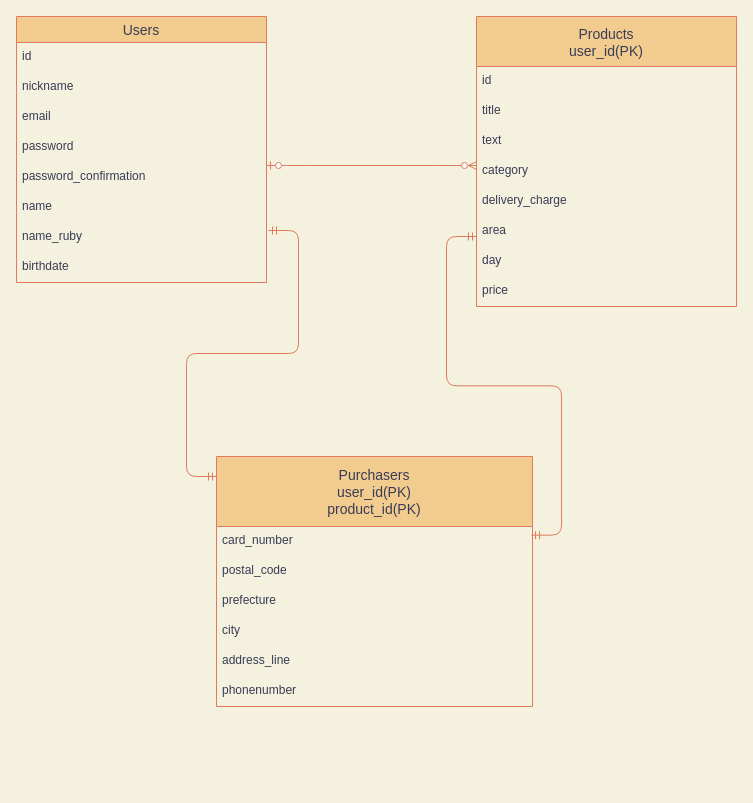
This is database_ER.dio from risaiwata/furima-35399, a draw.io file, before an edit. Source tidied: cells renumbered, new cells numbered last; positions are measured from the earlier drawing's top-left corner, leaving out a move shared by most shapes. Both pictures are drawn from the tidied source at 100%, with x=0, y=0 at pixel (16, 16).
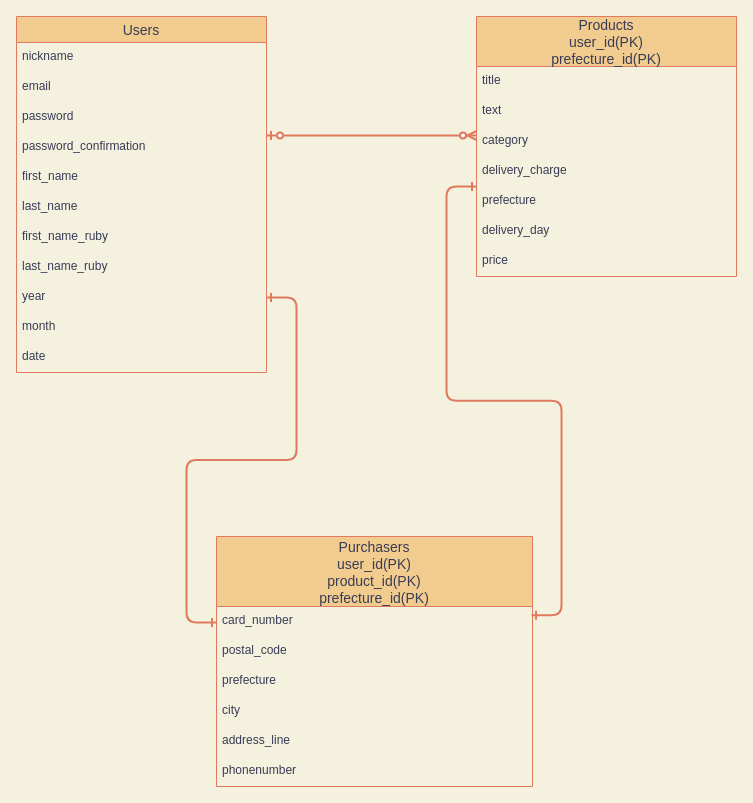
The same diagram, later.

Commit message (it also covers changes not shown here):
データベース設計更新

The change refers to these unchanged cells:
```xml
<mxCell id="21" value="card_number" style="text;strokeColor=none;fillColor=none;spacingLeft=4;spacingRight=4;overflow=hidden;points=[[0,0.5],[1,0.5]];portConstraint=eastwest;fontSize=12;fontColor=#393C56;" parent="20" vertex="1">
  <mxGeometry y="70" width="316" height="30" as="geometry" />
</mxCell>
```

The edit, as a diff of the source:
```diff
@@
     <mxCell id="2" value="Users" style="swimlane;fontStyle=0;horizontal=1;startSize=26;align=center;fontSize=14;rounded=0;sketch=0;strokeColor=#E07A5F;fillColor=#F2CC8F;fontColor=#393C56;" parent="1" vertex="1">
-      <mxGeometry width="250" height="266" as="geometry" />
+      <mxGeometry width="250" height="356" as="geometry" />
     </mxCell>
-    <mxCell id="3" value="id" style="text;strokeColor=none;fillColor=none;spacingLeft=4;spacingRight=4;overflow=hidden;fontSize=12;rounded=0;sketch=0;fontColor=#393C56;" parent="2" vertex="1">
-      <mxGeometry y="26" width="250" height="30" as="geometry" />
-    </mxCell>
     <mxCell id="4" value="nickname" style="text;strokeColor=none;fillColor=none;spacingLeft=4;spacingRight=4;overflow=hidden;fontSize=12;fontColor=#393C56;" parent="2" vertex="1">
-      <mxGeometry y="56" width="250" height="30" as="geometry" />
+      <mxGeometry y="26" width="250" height="30" as="geometry" />
     </mxCell>
     <mxCell id="5" value="email" style="text;strokeColor=none;fillColor=none;spacingLeft=4;spacingRight=4;overflow=hidden;fontSize=12;fontColor=#393C56;" parent="2" vertex="1">
-      <mxGeometry y="86" width="250" height="30" as="geometry" />
+      <mxGeometry y="56" width="250" height="30" as="geometry" />
     </mxCell>
     <mxCell id="6" value="password" style="text;strokeColor=none;fillColor=none;spacingLeft=4;spacingRight=4;overflow=hidden;fontSize=12;fontColor=#393C56;" parent="2" vertex="1">
-      <mxGeometry y="116" width="250" height="30" as="geometry" />
+      <mxGeometry y="86" width="250" height="30" as="geometry" />
     </mxCell>
     <mxCell id="7" value="password_confirmation" style="text;strokeColor=none;fillColor=none;spacingLeft=4;spacingRight=4;overflow=hidden;points=[[0,0.5],[1,0.5]];portConstraint=eastwest;fontSize=12;rounded=0;sketch=0;fontColor=#393C56;" parent="2" vertex="1">
-      <mxGeometry y="146" width="250" height="30" as="geometry" />
+      <mxGeometry y="116" width="250" height="30" as="geometry" />
     </mxCell>
+    <mxCell id="30" value="first_name" style="text;strokeColor=none;fillColor=none;spacingLeft=4;spacingRight=4;overflow=hidden;fontSize=12;rounded=0;sketch=0;fontColor=#393C56;" parent="2" vertex="1">
+      <mxGeometry y="146" width="250" height="30" as="geometry" />
+    </mxCell>
-    <mxCell id="8" value="name" style="text;strokeColor=none;fillColor=none;spacingLeft=4;spacingRight=4;overflow=hidden;fontSize=12;rounded=0;sketch=0;fontColor=#393C56;" parent="2" vertex="1">
+    <mxCell id="8" value="last_name" style="text;strokeColor=none;fillColor=none;spacingLeft=4;spacingRight=4;overflow=hidden;fontSize=12;rounded=0;sketch=0;fontColor=#393C56;" parent="2" vertex="1">
       <mxGeometry y="176" width="250" height="30" as="geometry" />
     </mxCell>
-    <mxCell id="9" value="name_ruby" style="text;strokeColor=none;fillColor=none;spacingLeft=4;spacingRight=4;overflow=hidden;fontSize=12;rounded=0;sketch=0;fontColor=#393C56;" parent="2" vertex="1">
+    <mxCell id="9" value="first_name_ruby" style="text;strokeColor=none;fillColor=none;spacingLeft=4;spacingRight=4;overflow=hidden;fontSize=12;rounded=0;sketch=0;fontColor=#393C56;" parent="2" vertex="1">
       <mxGeometry y="206" width="250" height="30" as="geometry" />
     </mxCell>
+    <mxCell id="31" value="last_name_ruby" style="text;strokeColor=none;fillColor=none;spacingLeft=4;spacingRight=4;overflow=hidden;fontSize=12;rounded=0;sketch=0;fontColor=#393C56;" parent="2" vertex="1">
+      <mxGeometry y="236" width="250" height="30" as="geometry" />
+    </mxCell>
-    <mxCell id="10" value="birthdate" style="text;strokeColor=none;fillColor=none;spacingLeft=4;spacingRight=4;overflow=hidden;points=[[0,0.5],[1,0.5]];portConstraint=eastwest;fontSize=12;rounded=0;sketch=0;fontColor=#393C56;" parent="2" vertex="1">
-      <mxGeometry y="236" width="250" height="30" as="geometry" />
+    <mxCell id="10" value="year" style="text;strokeColor=none;fillColor=none;spacingLeft=4;spacingRight=4;overflow=hidden;points=[[0,0.5],[1,0.5]];portConstraint=eastwest;fontSize=12;rounded=0;sketch=0;fontColor=#393C56;" parent="2" vertex="1">
+      <mxGeometry y="266" width="250" height="30" as="geometry" />
     </mxCell>
+    <mxCell id="32" value="month" style="text;strokeColor=none;fillColor=none;spacingLeft=4;spacingRight=4;overflow=hidden;fontSize=12;rounded=0;sketch=0;fontColor=#393C56;" parent="2" vertex="1">
+      <mxGeometry y="296" width="250" height="30" as="geometry" />
+    </mxCell>
+    <mxCell id="33" value="date" style="text;strokeColor=none;fillColor=none;spacingLeft=4;spacingRight=4;overflow=hidden;fontSize=12;rounded=0;sketch=0;fontColor=#393C56;" parent="2" vertex="1">
+      <mxGeometry y="326" width="250" height="30" as="geometry" />
+    </mxCell>
-    <mxCell id="11" value="Products&#10;user_id(PK)" style="swimlane;fontStyle=0;horizontal=1;startSize=50;align=center;fontSize=14;rounded=0;sketch=0;strokeColor=#E07A5F;fillColor=#F2CC8F;fontColor=#393C56;" parent="1" vertex="1">
-      <mxGeometry x="460" width="260" height="290" as="geometry" />
+    <mxCell id="11" value="Products&#10;user_id(PK)&#10;prefecture_id(PK)" style="swimlane;fontStyle=0;horizontal=1;startSize=50;align=center;fontSize=14;rounded=0;sketch=0;strokeColor=#E07A5F;fillColor=#F2CC8F;fontColor=#393C56;" parent="1" vertex="1">
+      <mxGeometry x="460" width="260" height="260" as="geometry" />
     </mxCell>
-    <mxCell id="12" value="id" style="text;strokeColor=none;fillColor=none;spacingLeft=4;spacingRight=4;overflow=hidden;fontSize=12;fontColor=#393C56;" parent="11" vertex="1">
-      <mxGeometry y="50" width="260" height="30" as="geometry" />
-    </mxCell>
     <mxCell id="13" value="title" style="text;strokeColor=none;fillColor=none;spacingLeft=4;spacingRight=4;overflow=hidden;fontSize=12;fontColor=#393C56;" parent="11" vertex="1">
-      <mxGeometry y="80" width="260" height="30" as="geometry" />
+      <mxGeometry y="50" width="260" height="30" as="geometry" />
     </mxCell>
     <mxCell id="14" value="text" style="text;strokeColor=none;fillColor=none;spacingLeft=4;spacingRight=4;overflow=hidden;fontSize=12;fontColor=#393C56;" parent="11" vertex="1">
-      <mxGeometry y="110" width="260" height="30" as="geometry" />
+      <mxGeometry y="80" width="260" height="30" as="geometry" />
     </mxCell>
     <mxCell id="15" value="category" style="text;strokeColor=none;fillColor=none;spacingLeft=4;spacingRight=4;overflow=hidden;points=[[0,0.5],[1,0.5]];portConstraint=eastwest;fontSize=12;rounded=0;sketch=0;fontColor=#393C56;" parent="11" vertex="1">
-      <mxGeometry y="140" width="260" height="30" as="geometry" />
+      <mxGeometry y="110" width="260" height="30" as="geometry" />
     </mxCell>
     <mxCell id="16" value="delivery_charge" style="text;strokeColor=none;fillColor=none;spacingLeft=4;spacingRight=4;overflow=hidden;fontSize=12;rounded=0;sketch=0;fontColor=#393C56;" parent="11" vertex="1">
-      <mxGeometry y="170" width="260" height="30" as="geometry" />
+      <mxGeometry y="140" width="260" height="30" as="geometry" />
     </mxCell>
-    <mxCell id="17" value="area" style="text;strokeColor=none;fillColor=none;spacingLeft=4;spacingRight=4;overflow=hidden;fontSize=12;rounded=0;sketch=0;fontColor=#393C56;" parent="11" vertex="1">
-      <mxGeometry y="200" width="260" height="30" as="geometry" />
+    <mxCell id="17" value="prefecture" style="text;strokeColor=none;fillColor=none;spacingLeft=4;spacingRight=4;overflow=hidden;fontSize=12;rounded=0;sketch=0;fontColor=#393C56;" parent="11" vertex="1">
+      <mxGeometry y="170" width="260" height="30" as="geometry" />
     </mxCell>
-    <mxCell id="18" value="day" style="text;strokeColor=none;fillColor=none;spacingLeft=4;spacingRight=4;overflow=hidden;fontSize=12;rounded=0;sketch=0;fontColor=#393C56;" parent="11" vertex="1">
-      <mxGeometry y="230" width="260" height="30" as="geometry" />
+    <mxCell id="18" value="delivery_day" style="text;strokeColor=none;fillColor=none;spacingLeft=4;spacingRight=4;overflow=hidden;fontSize=12;rounded=0;sketch=0;fontColor=#393C56;" parent="11" vertex="1">
+      <mxGeometry y="200" width="260" height="30" as="geometry" />
     </mxCell>
     <mxCell id="19" value="price" style="text;strokeColor=none;fillColor=none;spacingLeft=4;spacingRight=4;overflow=hidden;fontSize=12;rounded=0;sketch=0;fontColor=#393C56;" parent="11" vertex="1">
-      <mxGeometry y="260" width="260" height="30" as="geometry" />
+      <mxGeometry y="230" width="260" height="30" as="geometry" />
     </mxCell>
-    <mxCell id="20" value="Purchasers&#10;user_id(PK)&#10;product_id(PK)" style="swimlane;fontStyle=0;horizontal=1;startSize=70;align=center;fontSize=14;rounded=0;sketch=0;strokeColor=#E07A5F;fillColor=#F2CC8F;fontColor=#393C56;" parent="1" vertex="1">
-      <mxGeometry x="200" y="440" width="316" height="250" as="geometry" />
+    <mxCell id="20" value="Purchasers&#10;user_id(PK)&#10;product_id(PK)&#10;prefecture_id(PK)" style="swimlane;fontStyle=0;horizontal=1;startSize=70;align=center;fontSize=14;rounded=0;sketch=0;strokeColor=#E07A5F;fillColor=#F2CC8F;fontColor=#393C56;" parent="1" vertex="1">
+      <mxGeometry x="200" y="520" width="316" height="250" as="geometry" />
     </mxCell>
@@
-    <mxCell id="27" style="edgeStyle=entityRelationEdgeStyle;fontSize=12;html=1;endArrow=ERzeroToMany;startArrow=ERzeroToOne;strokeColor=#E07A5F;fillColor=#F2CC8F;entryX=0;entryY=0.3;entryDx=0;entryDy=0;labelBackgroundColor=#F4F1DE;fontColor=#393C56;entryPerimeter=0;" parent="1" edge="1" target="15">
-      <mxGeometry relative="1" as="geometry">
-        <mxPoint x="250" y="149" as="sourcePoint" />
-      </mxGeometry>
+    <mxCell id="27" style="edgeStyle=entityRelationEdgeStyle;fontSize=12;html=1;endArrow=ERzeroToMany;startArrow=ERzeroToOne;strokeColor=#E07A5F;fillColor=#F2CC8F;entryX=0;entryY=0.3;entryDx=0;entryDy=0;fontColor=#393C56;entryPerimeter=0;strokeWidth=2;labelBackgroundColor=#F4F1DE;exitX=1;exitY=0.1;exitDx=0;exitDy=0;exitPerimeter=0;" parent="1" edge="1" source="7" target="15">
+      <mxGeometry relative="1" as="geometry" />
     </mxCell>
-    <mxCell id="28" style="edgeStyle=entityRelationEdgeStyle;fontSize=12;html=1;endArrow=ERmandOne;startArrow=ERmandOne;strokeColor=#E07A5F;fillColor=#F2CC8F;" parent="1" edge="1">
+    <mxCell id="28" style="edgeStyle=entityRelationEdgeStyle;fontSize=12;html=1;endArrow=ERone;startArrow=ERone;strokeColor=#E07A5F;fillColor=#F2CC8F;startFill=0;endFill=0;strokeWidth=2;exitX=1;exitY=0.5;exitDx=0;exitDy=0;labelBackgroundColor=#F4F1DE;fontColor=#393C56;" parent="1" edge="1" source="10">
       <mxGeometry relative="1" as="geometry">
-        <mxPoint x="252" y="214" as="sourcePoint" />
-        <mxPoint x="200" y="460" as="targetPoint" />
+        <mxPoint x="200" y="606" as="targetPoint" />
       </mxGeometry>
     </mxCell>
-    <mxCell id="29" style="edgeStyle=entityRelationEdgeStyle;fontSize=12;html=1;endArrow=ERmandOne;startArrow=ERmandOne;strokeColor=#E07A5F;fillColor=#F2CC8F;exitX=0.997;exitY=0.289;exitDx=0;exitDy=0;exitPerimeter=0;" parent="1" edge="1" source="21">
+    <mxCell id="29" style="edgeStyle=entityRelationEdgeStyle;fontSize=12;html=1;endArrow=ERone;startArrow=ERone;strokeColor=#E07A5F;fillColor=#F2CC8F;exitX=0.997;exitY=0.289;exitDx=0;exitDy=0;exitPerimeter=0;startFill=0;endFill=0;strokeWidth=2;labelBackgroundColor=#F4F1DE;fontColor=#393C56;" parent="1" edge="1" source="21">
       <mxGeometry relative="1" as="geometry">
-        <mxPoint x="460" y="220" as="targetPoint" />
+        <mxPoint x="460" y="170" as="targetPoint" />
       </mxGeometry>
     </mxCell>
```
